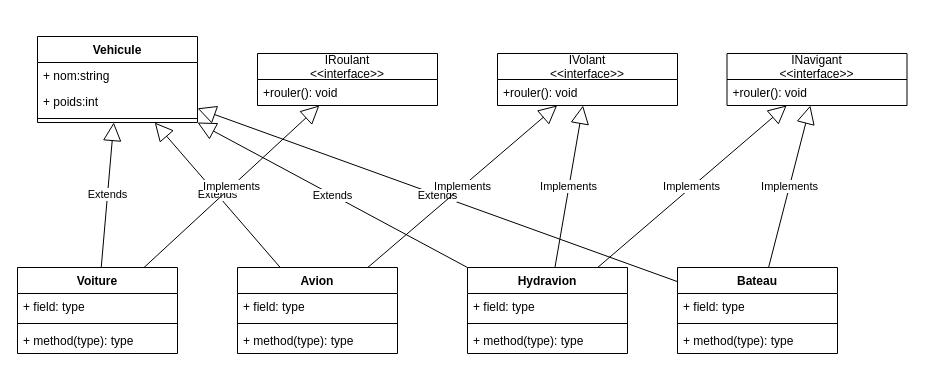
Earlier version of the draw.io diagram POO/Fondements/Exemples/06-Interfaces/diagrammeVehicules.drawio (choquitofrito/ExercicesInitiationWAD20). Source tidied: cells renumbered, new cells numbered last; positions are measured from the earlier drawing's top-left corner, leaving out a move shared by most shapes. Both pictures are drawn from the tidied source at 100%, with x=0, y=0 at pixel (17, 36).
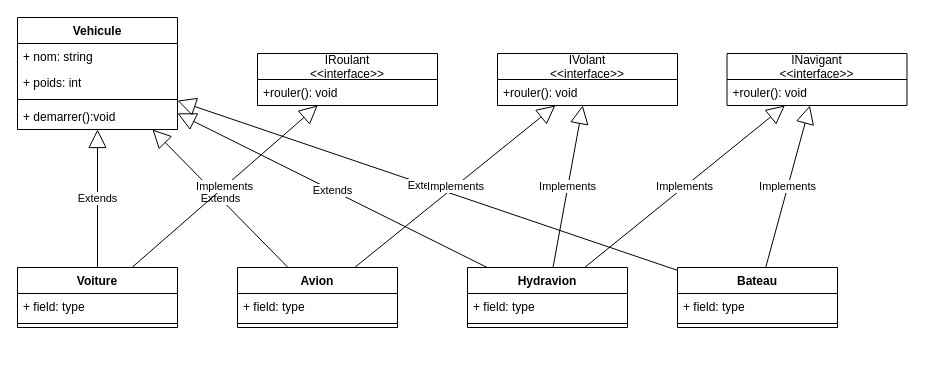
The same page after the edit.

What changed in the source:
```diff
@@
     <mxCell id="2" value="Voiture" style="swimlane;fontStyle=1;align=center;verticalAlign=top;horizontal=1;startSize=26;" parent="1" vertex="1">
-      <mxGeometry y="231" width="160" height="86" as="geometry" />
+      <mxGeometry y="231" width="160" height="60" as="geometry" />
     </mxCell>
@@
-    <mxCell id="5" value="+ method(type): type" style="text;strokeColor=none;fillColor=none;align=left;verticalAlign=top;spacingLeft=4;spacingRight=4;overflow=hidden;" parent="2" vertex="1">
-      <mxGeometry y="60" width="160" height="26" as="geometry" />
-    </mxCell>
     <mxCell id="6" value="Avion" style="swimlane;fontStyle=1;align=center;verticalAlign=top;horizontal=1;startSize=26;" parent="1" vertex="1">
-      <mxGeometry x="220" y="231" width="160" height="86" as="geometry" />
+      <mxGeometry x="220" y="231" width="160" height="60" as="geometry" />
     </mxCell>
@@
-    <mxCell id="9" value="+ method(type): type" style="text;strokeColor=none;fillColor=none;align=left;verticalAlign=top;spacingLeft=4;spacingRight=4;overflow=hidden;" parent="6" vertex="1">
-      <mxGeometry y="60" width="160" height="26" as="geometry" />
-    </mxCell>
     <mxCell id="10" value="Hydravion" style="swimlane;fontStyle=1;align=center;verticalAlign=top;horizontal=1;startSize=26;" parent="1" vertex="1">
-      <mxGeometry x="450" y="231" width="160" height="86" as="geometry" />
+      <mxGeometry x="450" y="231" width="160" height="60" as="geometry" />
     </mxCell>
@@
-    <mxCell id="13" value="+ method(type): type" style="text;strokeColor=none;fillColor=none;align=left;verticalAlign=top;spacingLeft=4;spacingRight=4;overflow=hidden;" parent="10" vertex="1">
-      <mxGeometry y="60" width="160" height="26" as="geometry" />
-    </mxCell>
     <mxCell id="14" value="Bateau" style="swimlane;fontStyle=1;align=center;verticalAlign=top;horizontal=1;startSize=26;" parent="1" vertex="1">
-      <mxGeometry x="660" y="231" width="160" height="86" as="geometry" />
+      <mxGeometry x="660" y="231" width="160" height="60" as="geometry" />
     </mxCell>
@@
-    <mxCell id="17" value="+ method(type): type" style="text;strokeColor=none;fillColor=none;align=left;verticalAlign=top;spacingLeft=4;spacingRight=4;overflow=hidden;" parent="14" vertex="1">
-      <mxGeometry y="60" width="160" height="26" as="geometry" />
-    </mxCell>
-    <mxCell id="18" value="Vehicule" style="swimlane;fontStyle=1;align=center;verticalAlign=top;horizontal=1;startSize=26;" parent="1" vertex="1">
-      <mxGeometry x="20" width="160" height="86" as="geometry" />
-    </mxCell>
-    <mxCell id="19" value="+ nom:string" style="text;strokeColor=none;fillColor=none;align=left;verticalAlign=top;spacingLeft=4;spacingRight=4;overflow=hidden;" parent="18" vertex="1">
-      <mxGeometry y="26" width="160" height="26" as="geometry" />
-    </mxCell>
-    <mxCell id="20" value="+ poids:int&#10;" style="text;strokeColor=none;fillColor=none;align=left;verticalAlign=top;spacingLeft=4;spacingRight=4;overflow=hidden;" parent="18" vertex="1">
-      <mxGeometry y="52" width="160" height="26" as="geometry" />
-    </mxCell>
-    <mxCell id="21" style="line;strokeWidth=1;fillColor=none;align=left;verticalAlign=middle;spacingTop=-1;spacingLeft=3;spacingRight=3;labelPosition=right;" parent="18" vertex="1">
-      <mxGeometry y="78" width="160" height="8" as="geometry" />
-    </mxCell>
@@
+    <mxCell id="18" value="Vehicule" style="swimlane;fontStyle=1;align=center;verticalAlign=top;horizontal=1;startSize=26;" parent="1" vertex="1">
+      <mxGeometry y="-19" width="160" height="112" as="geometry" />
+    </mxCell>
+    <mxCell id="37" value="+ nom: string" style="text;strokeColor=none;fillColor=none;align=left;verticalAlign=top;spacingLeft=4;spacingRight=4;overflow=hidden;" parent="18" vertex="1">
+      <mxGeometry y="26" width="160" height="26" as="geometry" />
+    </mxCell>
+    <mxCell id="38" value="+ poids: int" style="text;strokeColor=none;fillColor=none;align=left;verticalAlign=top;spacingLeft=4;spacingRight=4;overflow=hidden;" parent="18" vertex="1">
+      <mxGeometry y="52" width="160" height="26" as="geometry" />
+    </mxCell>
+    <mxCell id="21" style="line;strokeWidth=1;fillColor=none;align=left;verticalAlign=middle;spacingTop=-1;spacingLeft=3;spacingRight=3;labelPosition=right;" parent="18" vertex="1">
+      <mxGeometry y="78" width="160" height="8" as="geometry" />
+    </mxCell>
+    <mxCell id="39" value="+ demarrer():void" style="text;strokeColor=none;fillColor=none;align=left;verticalAlign=top;spacingLeft=4;spacingRight=4;overflow=hidden;" parent="18" vertex="1">
+      <mxGeometry y="86" width="160" height="26" as="geometry" />
+    </mxCell>
```
